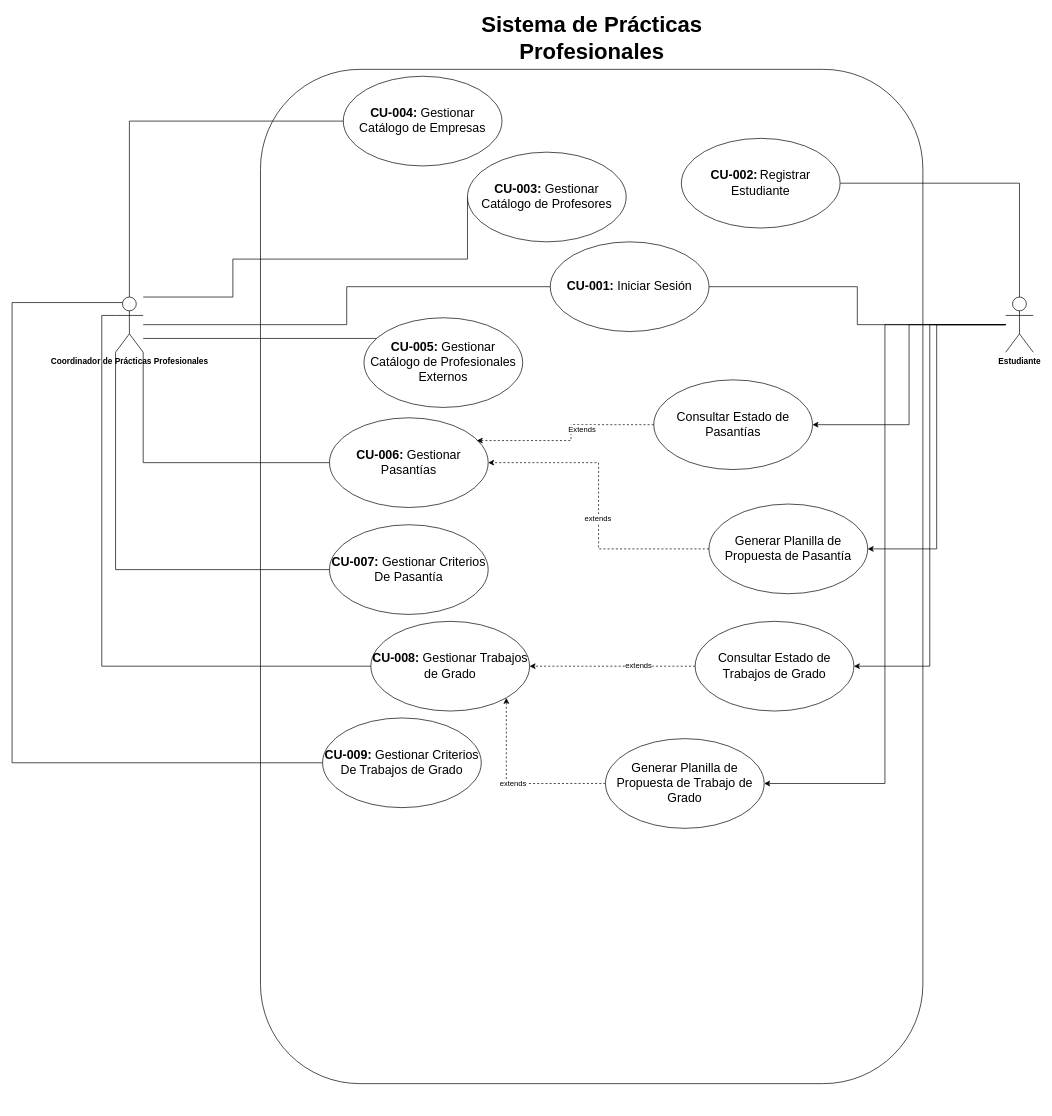
The draw.io diagram page "Casos de Uso - Sistema de Prácticas Profesionales" (5 of 5) of Diagrama sin título.drawio in Lu27656348/SPP-UCABG, before the edit. Source tidied: cells renumbered, new cells numbered last; positions are measured from the earlier drawing's top-left corner, leaving out a move shared by most shapes. Both pictures are drawn from the tidied source at 69%, with x=0, y=0 at pixel (12, 28).
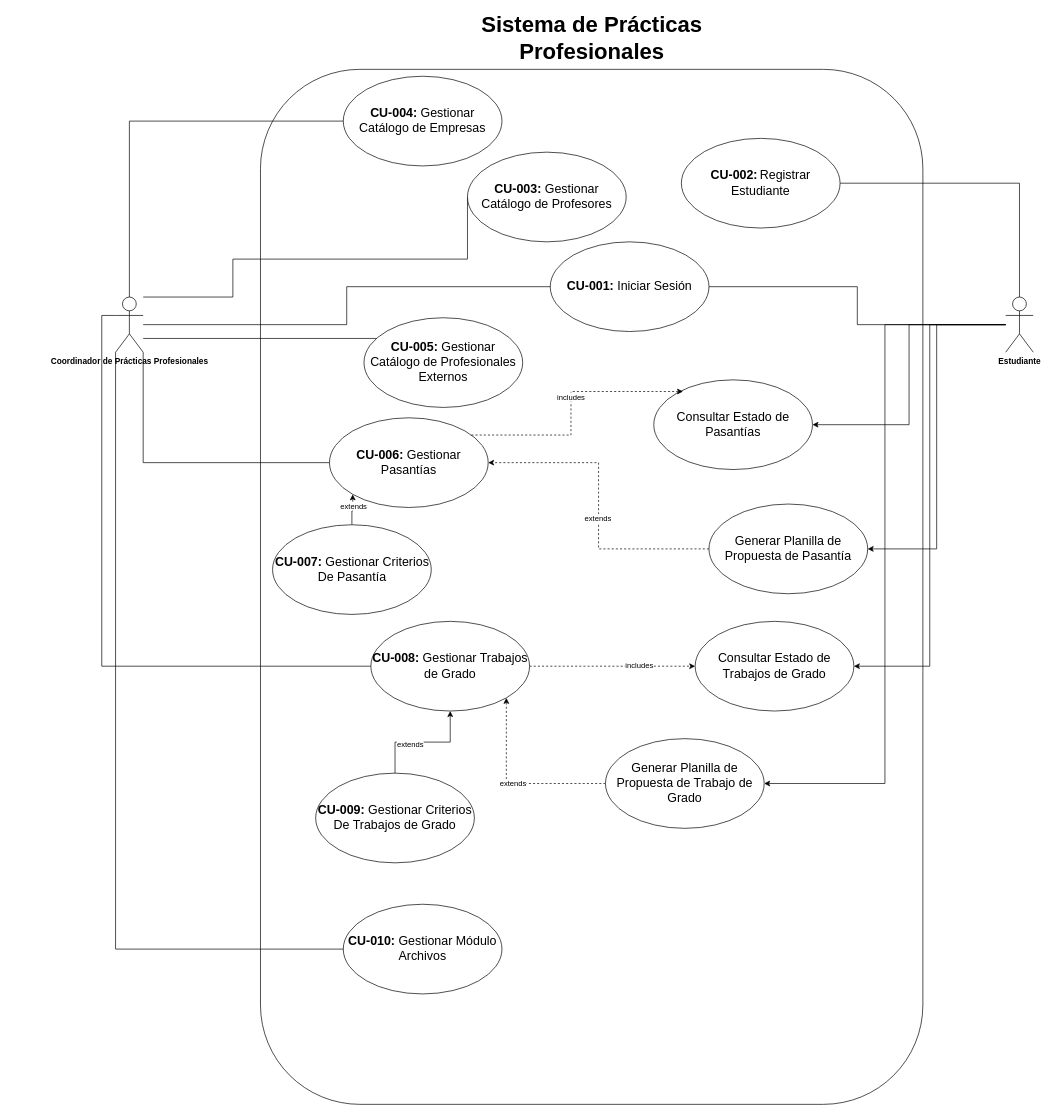
After the change.

The change refers to these unchanged cells:
```xml
<mxCell id="16" value="&lt;b&gt;Coordinador de Prácticas Profesionales&lt;/b&gt;" style="shape=umlActor;verticalLabelPosition=bottom;verticalAlign=top;html=1;" parent="1" vertex="1">
  <mxGeometry x="150" y="390" width="40" height="80" as="geometry" />
</mxCell>
<mxCell id="23" value="&lt;font style=&quot;font-size: 18px;&quot;&gt;&lt;b&gt;CU-008:&lt;/b&gt; Gestionar Trabajos de Grado&lt;br&gt;&lt;/font&gt;" style="ellipse;whiteSpace=wrap;html=1;" parent="1" vertex="1">
  <mxGeometry x="520" y="860" width="230" height="130" as="geometry" />
</mxCell>
<mxCell id="24" value="&lt;font style=&quot;font-size: 18px;&quot;&gt;&lt;b&gt;CU-006:&lt;/b&gt; Gestionar Pasantías&lt;br&gt;&lt;/font&gt;" style="ellipse;whiteSpace=wrap;html=1;" parent="1" vertex="1">
  <mxGeometry x="460" y="565" width="230" height="130" as="geometry" />
</mxCell>
<mxCell id="29" value="&lt;font style=&quot;font-size: 18px;&quot;&gt;Consultar Estado de Pasantías&lt;br&gt;&lt;/font&gt;" style="ellipse;whiteSpace=wrap;html=1;" parent="1" vertex="1">
  <mxGeometry x="930" y="510" width="230" height="130" as="geometry" />
</mxCell>
<mxCell id="32" value="&lt;font style=&quot;font-size: 18px;&quot;&gt;Consultar Estado de Trabajos de Grado&lt;br&gt;&lt;/font&gt;" style="ellipse;whiteSpace=wrap;html=1;" parent="1" vertex="1">
  <mxGeometry x="990" y="860" width="230" height="130" as="geometry" />
</mxCell>
```

Change to the diagram source:
```diff
@@
     <mxCell id="2" style="rounded=1;whiteSpace=wrap;html=1;fillColor=none;" parent="1" vertex="1">
-      <mxGeometry x="360" y="60" width="960" height="1470" as="geometry" />
+      <mxGeometry x="360" y="60" width="960" height="1500" as="geometry" />
     </mxCell>
@@
+    <mxCell id="40" style="edgeStyle=orthogonalEdgeStyle;rounded=0;jettySize=auto;html=1;entryX=0;entryY=1;entryDx=0;entryDy=0;" parent="1" edge="1" source="21" target="24">
+      <mxGeometry relative="1" as="geometry" />
+    </mxCell>
+    <mxCell id="41" value="&lt;div&gt;extends&lt;/div&gt;" style="edgeLabel;html=1;align=center;verticalAlign=middle;" parent="40" vertex="1">
+      <mxGeometry x="0.32" y="-1" relative="1" as="geometry">
+        <mxPoint y="1" as="offset" />
+      </mxGeometry>
+    </mxCell>
     <mxCell id="21" value="&lt;font style=&quot;font-size: 18px;&quot;&gt;&lt;b&gt;CU-007:&lt;/b&gt; Gestionar Criterios De Pasantía&lt;br&gt;&lt;/font&gt;" style="ellipse;whiteSpace=wrap;html=1;" parent="1" vertex="1">
-      <mxGeometry x="460" y="720" width="230" height="130" as="geometry" />
+      <mxGeometry x="377.5" y="720" width="230" height="130" as="geometry" />
     </mxCell>
+    <mxCell id="42" style="edgeStyle=orthogonalEdgeStyle;rounded=0;jettySize=auto;html=1;entryX=0.5;entryY=1;entryDx=0;entryDy=0;" parent="1" edge="1" source="22" target="23">
+      <mxGeometry relative="1" as="geometry" />
+    </mxCell>
+    <mxCell id="31" value="extends" style="edgeLabel;html=1;align=center;verticalAlign=middle;" parent="42" vertex="1">
+      <mxGeometry x="-0.22" y="-2" relative="1" as="geometry" />
+    </mxCell>
     <mxCell id="22" value="&lt;font style=&quot;font-size: 18px;&quot;&gt;&lt;b&gt;CU-009:&lt;/b&gt; Gestionar Criterios De Trabajos de Grado&lt;br&gt;&lt;/font&gt;" style="ellipse;whiteSpace=wrap;html=1;" parent="1" vertex="1">
-      <mxGeometry x="450" y="1000" width="230" height="130" as="geometry" />
+      <mxGeometry x="440" y="1080" width="230" height="130" as="geometry" />
     </mxCell>
+    <mxCell id="43" style="edgeStyle=orthogonalEdgeStyle;rounded=0;jettySize=auto;html=1;entryX=0;entryY=0.5;entryDx=0;entryDy=0;dashed=1;" parent="1" edge="1" source="23" target="32">
+      <mxGeometry relative="1" as="geometry" />
+    </mxCell>
+    <mxCell id="44" value="includes" style="edgeLabel;html=1;align=center;verticalAlign=middle;" parent="43" vertex="1">
+      <mxGeometry x="0.32" y="2" relative="1" as="geometry" />
+    </mxCell>
@@
-    <mxCell id="26" style="edgeStyle=orthogonalEdgeStyle;rounded=0;jettySize=auto;html=1;entryX=0;entryY=1;entryDx=0;entryDy=0;entryPerimeter=0;endArrow=none;endFill=0;" parent="1" edge="1" source="21" target="16">
-      <mxGeometry relative="1" as="geometry" />
-    </mxCell>
@@
-    <mxCell id="28" style="edgeStyle=orthogonalEdgeStyle;rounded=0;jettySize=auto;html=1;entryX=0.25;entryY=0.1;entryDx=0;entryDy=0;entryPerimeter=0;endArrow=none;endFill=0;" parent="1" edge="1" source="22" target="16">
-      <mxGeometry relative="1" as="geometry">
-        <Array as="points">
-          <mxPoint y="1065" />
-          <mxPoint y="398" />
-        </Array>
-      </mxGeometry>
-    </mxCell>
@@
-    <mxCell id="30" style="edgeStyle=orthogonalEdgeStyle;rounded=0;jettySize=auto;html=1;dashed=1;" parent="1" edge="1" source="32" target="23">
-      <mxGeometry relative="1" as="geometry" />
-    </mxCell>
-    <mxCell id="31" value="extends" style="edgeLabel;html=1;align=center;verticalAlign=middle;" parent="30" vertex="1">
-      <mxGeometry x="-0.31" y="-2" relative="1" as="geometry" />
-    </mxCell>
@@
-    <mxCell id="38" style="edgeStyle=orthogonalEdgeStyle;rounded=0;jettySize=auto;html=1;entryX=0.928;entryY=0.254;entryDx=0;entryDy=0;entryPerimeter=0;dashed=1;" parent="1" edge="1" source="29" target="24">
-      <mxGeometry relative="1" as="geometry" />
-    </mxCell>
-    <mxCell id="39" value="Extends" style="edgeLabel;html=1;align=center;verticalAlign=middle;" parent="38" vertex="1">
-      <mxGeometry x="-0.25" y="6" relative="1" as="geometry" />
-    </mxCell>
+    <mxCell id="45" style="edgeStyle=orthogonalEdgeStyle;rounded=0;jettySize=auto;html=1;entryX=0.184;entryY=0.13;entryDx=0;entryDy=0;entryPerimeter=0;dashed=1;" parent="1" edge="1" source="24" target="29">
+      <mxGeometry relative="1" as="geometry">
+        <Array as="points">
+          <mxPoint x="810" y="590" />
+          <mxPoint x="810" y="527" />
+        </Array>
+      </mxGeometry>
+    </mxCell>
+    <mxCell id="46" value="includes" style="edgeLabel;html=1;align=center;verticalAlign=middle;" parent="45" vertex="1">
+      <mxGeometry x="0.08" y="1" relative="1" as="geometry" />
+    </mxCell>
+    <mxCell id="47" value="&lt;font style=&quot;font-size: 18px;&quot;&gt;&lt;b&gt;CU-010:&lt;/b&gt; Gestionar Módulo Archivos&lt;br&gt;&lt;/font&gt;" style="ellipse;whiteSpace=wrap;html=1;" parent="1" vertex="1">
+      <mxGeometry x="480" y="1270" width="230" height="130" as="geometry" />
+    </mxCell>
+    <mxCell id="48" style="edgeStyle=orthogonalEdgeStyle;rounded=0;jettySize=auto;html=1;entryX=0;entryY=1;entryDx=0;entryDy=0;entryPerimeter=0;endArrow=none;endFill=0;" parent="1" edge="1" source="47" target="16">
+      <mxGeometry relative="1" as="geometry" />
+    </mxCell>
```
